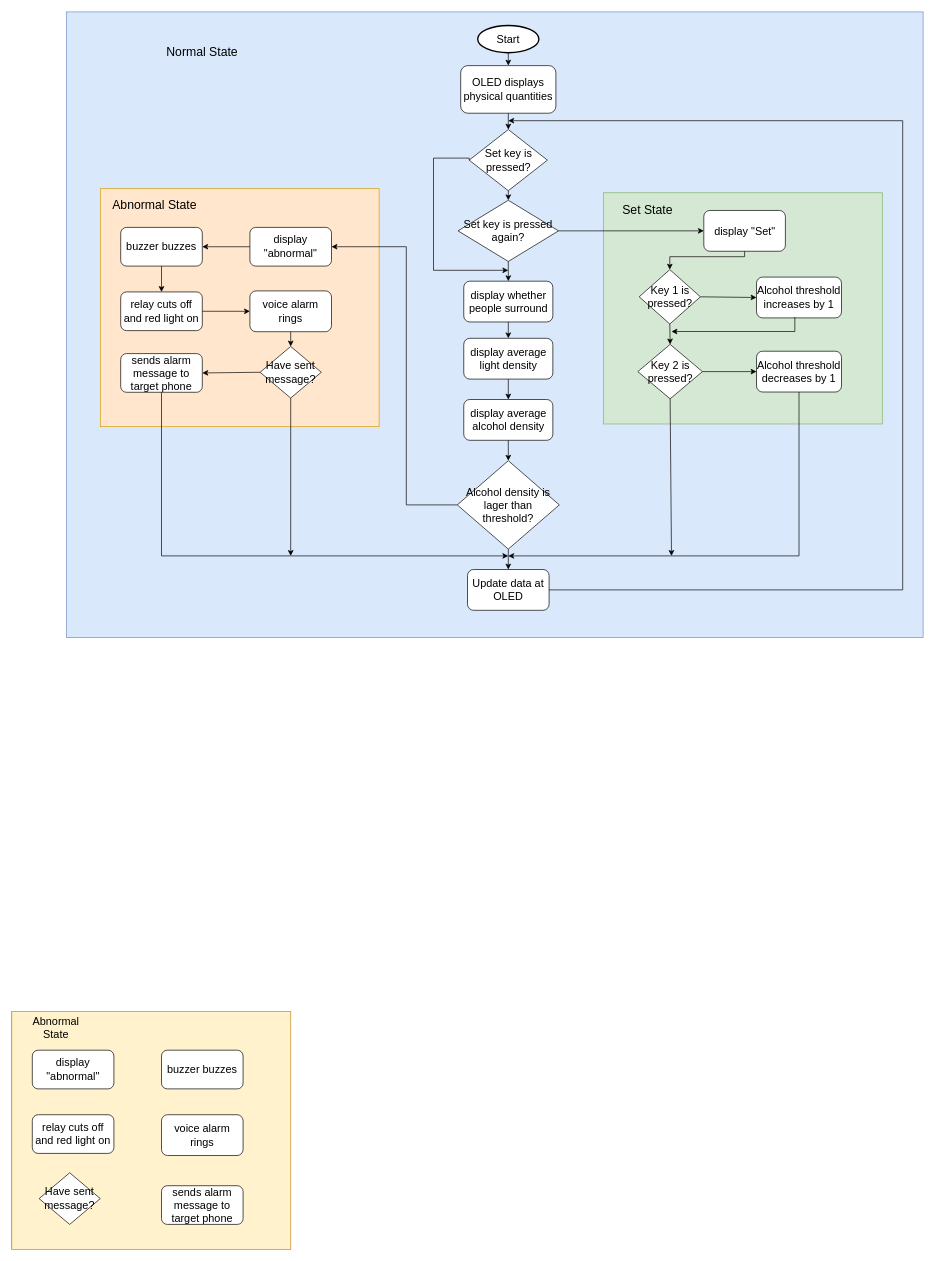
The draw.io diagram MEC202_Alcohol_Detector_flowchart.drawio in 1102131860/MEC202, before the edit. Source tidied: cells renumbered, new cells numbered last; positions are measured from the earlier drawing's top-left corner, leaving out a move shared by most shapes. Both pictures are drawn from the tidied source at 68%, with x=0, y=0 at pixel (12, 12).
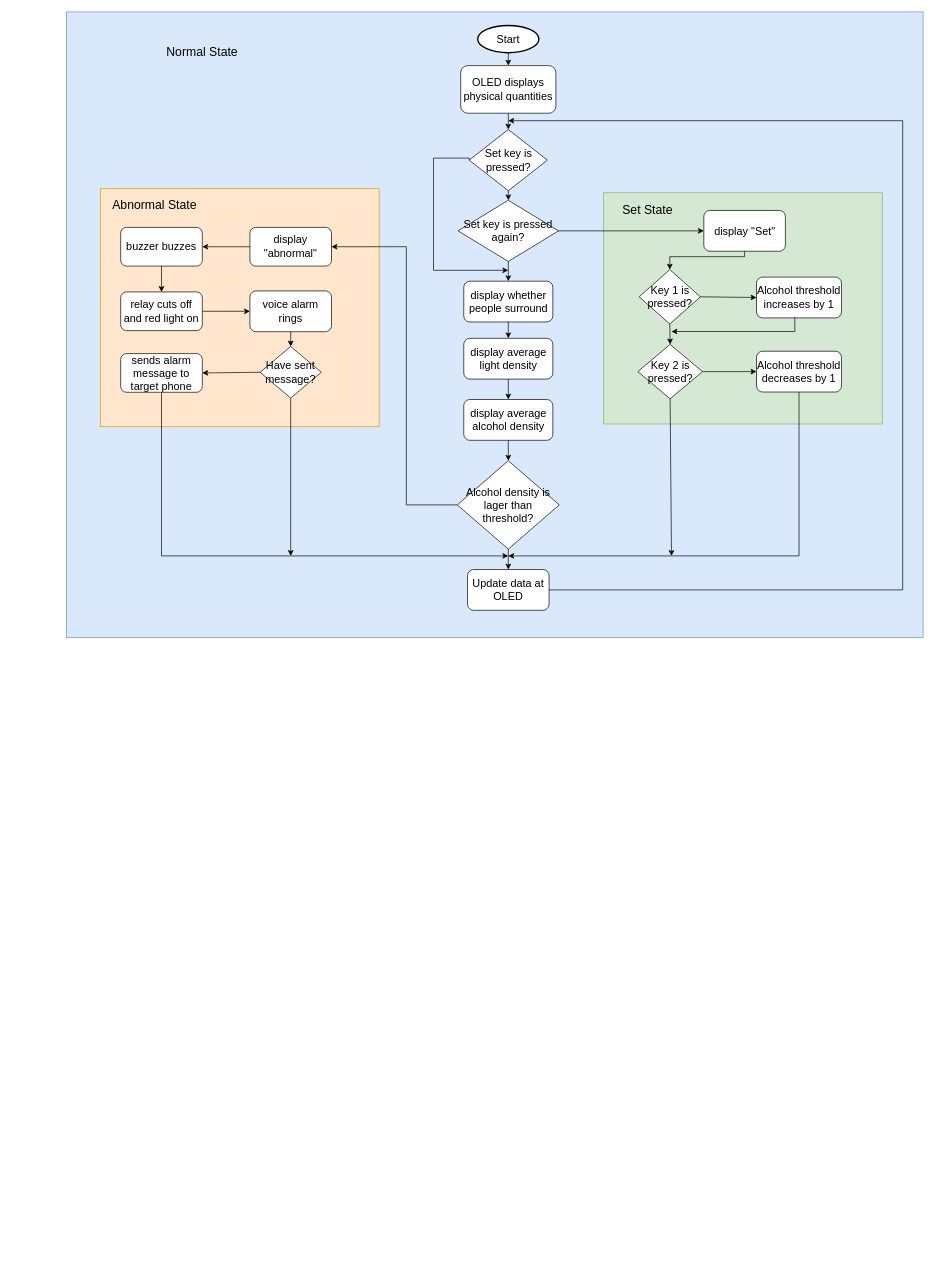
The same page after the edit.

The edit, as a diff of the source:
```diff
@@
-    <mxCell id="36" style="group;fillColor=#e51400;fontColor=#ffffff;strokeColor=#B20000;fontSize=16;" parent="1" vertex="1">
-      <mxGeometry y="1470" width="410" height="350" as="geometry" />
-    </mxCell>
-    <mxCell id="37" style="rounded=0;whiteSpace=wrap;html=1;fillColor=#fff2cc;strokeColor=#d6b656;fontSize=16;" parent="36" vertex="1">
-      <mxGeometry width="410" height="350" as="geometry" />
-    </mxCell>
-    <mxCell id="38" value="Abnormal State" style="text;html=1;strokeColor=none;fillColor=none;align=center;verticalAlign=middle;whiteSpace=wrap;rounded=0;fontSize=16;" parent="36" vertex="1">
-      <mxGeometry x="10" y="9.5" width="110" height="28.5" as="geometry" />
-    </mxCell>
-    <mxCell id="39" value="display &quot;abnormal&quot;" style="rounded=1;whiteSpace=wrap;html=1;fontSize=16;" parent="36" vertex="1">
-      <mxGeometry x="30" y="56.9" width="120" height="56.9" as="geometry" />
-    </mxCell>
-    <mxCell id="40" value="buzzer buzzes" style="rounded=1;whiteSpace=wrap;html=1;fontSize=16;" parent="36" vertex="1">
-      <mxGeometry x="220" y="56.9" width="120" height="56.9" as="geometry" />
-    </mxCell>
-    <mxCell id="41" value="relay cuts off and red light on" style="rounded=1;whiteSpace=wrap;html=1;fontSize=16;" parent="36" vertex="1">
-      <mxGeometry x="30" y="151.8" width="120" height="56.9" as="geometry" />
-    </mxCell>
-    <mxCell id="42" value="sends alarm message to target phone" style="rounded=1;whiteSpace=wrap;html=1;fontSize=16;" parent="36" vertex="1">
-      <mxGeometry x="220" y="256.2" width="120" height="56.9" as="geometry" />
-    </mxCell>
-    <mxCell id="43" value="Have sent message?" style="rhombus;whiteSpace=wrap;html=1;fontSize=16;" parent="36" vertex="1">
-      <mxGeometry x="40" y="237.2" width="90" height="75.9" as="geometry" />
-    </mxCell>
-    <mxCell id="44" value="voice alarm rings" style="rounded=1;whiteSpace=wrap;html=1;fontSize=16;" parent="36" vertex="1">
-      <mxGeometry x="220" y="151.8" width="120" height="60" as="geometry" />
-    </mxCell>
```
